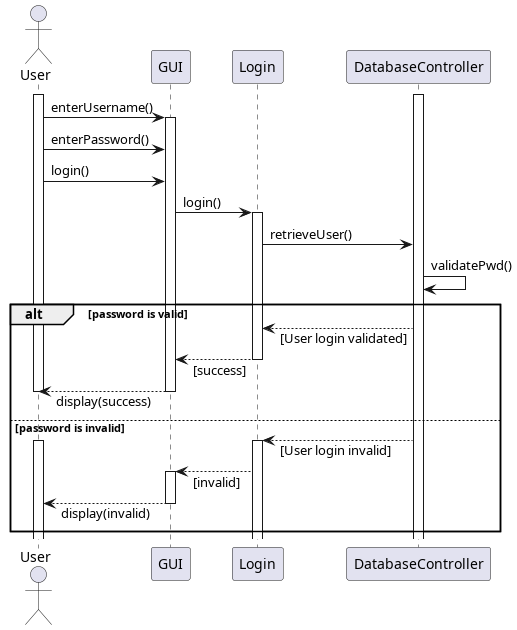
Above: doc/reports/prototype/img/loginSequence.png in iusildra/WineCellar (PlantUML), before the change.
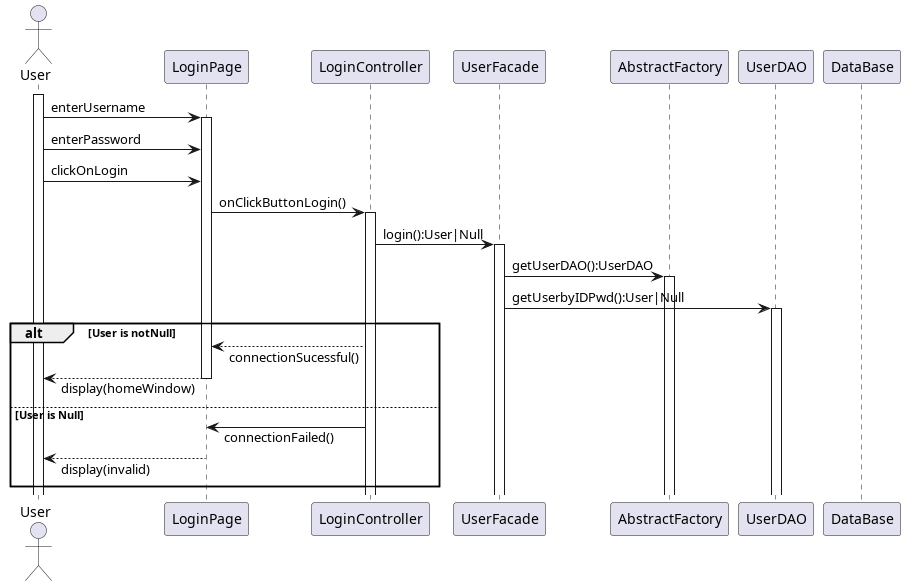
Later version of the same file.

Commit message:
Calendar diagrams v1

Change to the diagram source:
```diff
@@ -1,30 +1,30 @@
-@startuml loginSequence
+@startuml
 skinparam responseMessageBelowArrow true
 
 actor User
-participant GUI
-participant Login
-participant DatabaseController
+participant LoginPage
+participant LoginController
+participant UserFacade
+participant AbstractFactory
+participant UserDAO
+participant DataBase
 
-activate DatabaseController
 activate User
 
-User -> GUI++: enterUsername()
-User -> GUI: enterPassword()
-User -> GUI: login()
-GUI -> Login++: login()
-Login -> DatabaseController: retrieveUser()
-DatabaseController -> DatabaseController: validatePwd()
-alt password is valid
-    DatabaseController --> Login: [User login validated]
-    Login --> GUI--: [success]
-    GUI --> User--: display(success)
-    deactivate User
-else password is invalid
-    DatabaseController --> Login++: [User login invalid]
-    activate User
-    Login --> GUI++: [invalid]
-    GUI --> User--: display(invalid)
+User -> LoginPage++: enterUsername
+User -> LoginPage: enterPassword
+User -> LoginPage: clickOnLogin
+LoginPage -> LoginController++: onClickButtonLogin()
+LoginController -> UserFacade++: login():User|Null
+UserFacade -> AbstractFactory++: getUserDAO():UserDAO
+UserFacade -> UserDAO++: getUserbyIDPwd():User|Null
+
+alt User is notNull
+    LoginController --> LoginPage: connectionSucessful()
+    LoginPage --> User--: display(homeWindow)
+else User is Null
+    LoginController -> LoginPage: connectionFailed()
+    LoginPage --> User--: display(invalid)
 end
 
 @enduml
```
